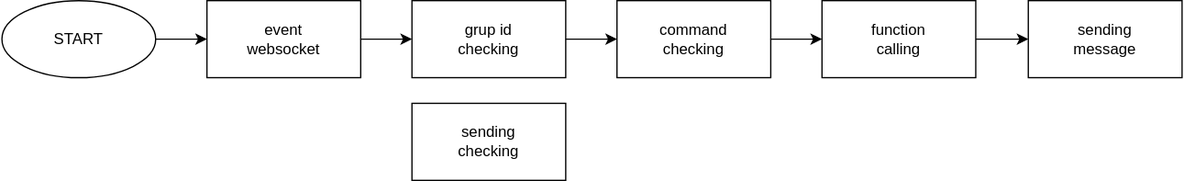
Above: _docs/diagram.drawio.svg in attaryu/ai-wa-chatbot-cloudflare (draw.io), before the change. Source tidied: cells renumbered, new cells last; positions are measured from the earlier drawing's top-left corner, leaving out a move shared by most shapes. Its diagram source:
```xml
<mxGraphModel>
  <root>
    <mxCell id="0" />
    <mxCell id="1" parent="0" />
    <mxCell id="2" value="grup id&lt;div&gt;checking&lt;/div&gt;" style="rounded=0;whiteSpace=wrap;html=1;" parent="1" vertex="1">
      <mxGeometry x="320" width="120" height="60" as="geometry" />
    </mxCell>
    <mxCell id="3" style="edgeStyle=none;html=1;" parent="1" edge="1" source="4" target="9">
      <mxGeometry relative="1" as="geometry" />
    </mxCell>
    <mxCell id="4" value="command&lt;div&gt;checking&lt;/div&gt;" style="rounded=0;whiteSpace=wrap;html=1;" parent="1" vertex="1">
      <mxGeometry x="480" width="120" height="60" as="geometry" />
    </mxCell>
    <mxCell id="5" style="edgeStyle=none;html=1;" parent="1" edge="1" source="6" target="2">
      <mxGeometry relative="1" as="geometry" />
    </mxCell>
    <mxCell id="6" value="event&lt;div&gt;websocket&lt;/div&gt;" style="rounded=0;whiteSpace=wrap;html=1;" parent="1" vertex="1">
      <mxGeometry x="160" width="120" height="60" as="geometry" />
    </mxCell>
    <mxCell id="7" style="edgeStyle=none;jettySize=auto;html=1;entryX=0;entryY=0.5;entryDx=0;entryDy=0;exitX=1;exitY=0.5;exitDx=0;exitDy=0;" parent="1" edge="1" source="2" target="4">
      <mxGeometry relative="1" as="geometry" />
    </mxCell>
    <mxCell id="8" style="edgeStyle=none;html=1;" parent="1" edge="1" source="9" target="10">
      <mxGeometry relative="1" as="geometry" />
    </mxCell>
    <mxCell id="9" value="function&lt;div&gt;calling&lt;/div&gt;" style="rounded=0;whiteSpace=wrap;html=1;" parent="1" vertex="1">
      <mxGeometry x="640" width="120" height="60" as="geometry" />
    </mxCell>
    <mxCell id="10" value="sending&lt;div&gt;message&lt;/div&gt;" style="rounded=0;whiteSpace=wrap;html=1;" parent="1" vertex="1">
      <mxGeometry x="801" width="120" height="60" as="geometry" />
    </mxCell>
    <mxCell id="11" style="edgeStyle=none;html=1;" parent="1" edge="1" source="12" target="6">
      <mxGeometry relative="1" as="geometry" />
    </mxCell>
    <mxCell id="12" value="START" style="ellipse;whiteSpace=wrap;html=1;" parent="1" vertex="1">
      <mxGeometry width="120" height="60" as="geometry" />
    </mxCell>
    <mxCell id="13" value="sending&lt;br&gt;&lt;div&gt;checking&lt;/div&gt;" style="rounded=0;whiteSpace=wrap;html=1;" parent="1" vertex="1">
      <mxGeometry x="320" y="80" width="120" height="60" as="geometry" />
    </mxCell>
  </root>
</mxGraphModel>
```
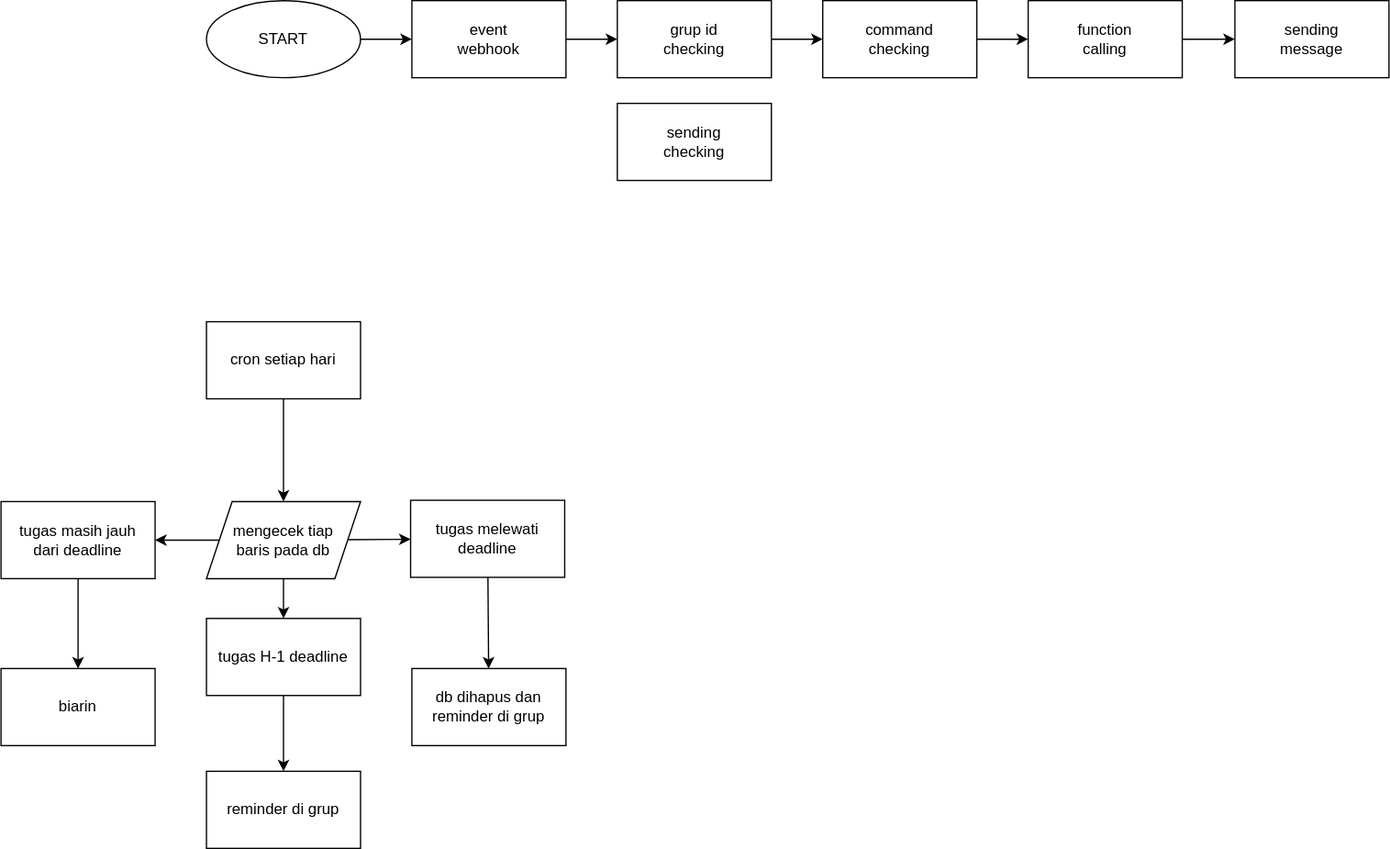
After the change.

Change to the diagram source:
```diff
@@ -14,7 +14,7 @@
     <mxCell id="5" style="edgeStyle=none;html=1;" parent="1" edge="1" source="6" target="2">
       <mxGeometry relative="1" as="geometry" />
     </mxCell>
-    <mxCell id="6" value="event&lt;div&gt;websocket&lt;/div&gt;" style="rounded=0;whiteSpace=wrap;html=1;" parent="1" vertex="1">
+    <mxCell id="6" value="event&lt;div&gt;webhook&lt;/div&gt;" style="rounded=0;whiteSpace=wrap;html=1;" parent="1" vertex="1">
       <mxGeometry x="160" width="120" height="60" as="geometry" />
     </mxCell>
     <mxCell id="7" style="edgeStyle=none;jettySize=auto;html=1;entryX=0;entryY=0.5;entryDx=0;entryDy=0;exitX=1;exitY=0.5;exitDx=0;exitDy=0;" parent="1" edge="1" source="2" target="4">
@@ -38,5 +38,50 @@
     <mxCell id="13" value="sending&lt;br&gt;&lt;div&gt;checking&lt;/div&gt;" style="rounded=0;whiteSpace=wrap;html=1;" parent="1" vertex="1">
       <mxGeometry x="320" y="80" width="120" height="60" as="geometry" />
     </mxCell>
+    <mxCell id="14" style="edgeStyle=none;html=1;" parent="1" edge="1" source="15" target="19">
+      <mxGeometry relative="1" as="geometry" />
+    </mxCell>
+    <mxCell id="15" value="cron setiap hari" style="rounded=0;whiteSpace=wrap;html=1;" parent="1" vertex="1">
+      <mxGeometry y="250" width="120" height="60" as="geometry" />
+    </mxCell>
+    <mxCell id="16" style="edgeStyle=none;html=1;" parent="1" edge="1" source="19" target="21">
+      <mxGeometry relative="1" as="geometry" />
+    </mxCell>
+    <mxCell id="17" style="edgeStyle=none;html=1;" parent="1" edge="1" source="19" target="23">
+      <mxGeometry relative="1" as="geometry" />
+    </mxCell>
+    <mxCell id="18" style="edgeStyle=none;html=1;" parent="1" edge="1" source="19" target="25">
+      <mxGeometry relative="1" as="geometry" />
+    </mxCell>
+    <mxCell id="19" value="mengecek tiap&lt;div&gt;baris pada db&lt;/div&gt;" style="shape=parallelogram;perimeter=parallelogramPerimeter;whiteSpace=wrap;html=1;fixedSize=1;rounded=0;" parent="1" vertex="1">
+      <mxGeometry y="390" width="120" height="60" as="geometry" />
+    </mxCell>
+    <mxCell id="20" style="edgeStyle=none;html=1;" parent="1" edge="1" source="21" target="26">
+      <mxGeometry relative="1" as="geometry" />
+    </mxCell>
+    <mxCell id="21" value="tugas H-1 deadline" style="whiteSpace=wrap;html=1;rounded=0;" parent="1" vertex="1">
+      <mxGeometry y="481" width="120" height="60" as="geometry" />
+    </mxCell>
+    <mxCell id="22" style="edgeStyle=none;html=1;" parent="1" edge="1" source="23" target="27">
+      <mxGeometry relative="1" as="geometry" />
+    </mxCell>
+    <mxCell id="23" value="tugas melewati deadline" style="whiteSpace=wrap;html=1;rounded=0;" parent="1" vertex="1">
+      <mxGeometry x="159" y="389" width="120" height="60" as="geometry" />
+    </mxCell>
+    <mxCell id="24" style="edgeStyle=none;html=1;" parent="1" edge="1" source="25" target="28">
+      <mxGeometry relative="1" as="geometry" />
+    </mxCell>
+    <mxCell id="25" value="tugas masih jauh&lt;div&gt;dari deadline&lt;/div&gt;" style="whiteSpace=wrap;html=1;rounded=0;" parent="1" vertex="1">
+      <mxGeometry x="-160" y="390" width="120" height="60" as="geometry" />
+    </mxCell>
+    <mxCell id="26" value="reminder di grup" style="whiteSpace=wrap;html=1;rounded=0;" parent="1" vertex="1">
+      <mxGeometry y="600" width="120" height="60" as="geometry" />
+    </mxCell>
+    <mxCell id="27" value="db dihapus dan reminder di grup" style="whiteSpace=wrap;html=1;rounded=0;" parent="1" vertex="1">
+      <mxGeometry x="160" y="520" width="120" height="60" as="geometry" />
+    </mxCell>
+    <mxCell id="28" value="biarin" style="whiteSpace=wrap;html=1;rounded=0;" parent="1" vertex="1">
+      <mxGeometry x="-160" y="520" width="120" height="60" as="geometry" />
+    </mxCell>
   </root>
 </mxGraphModel>
```
